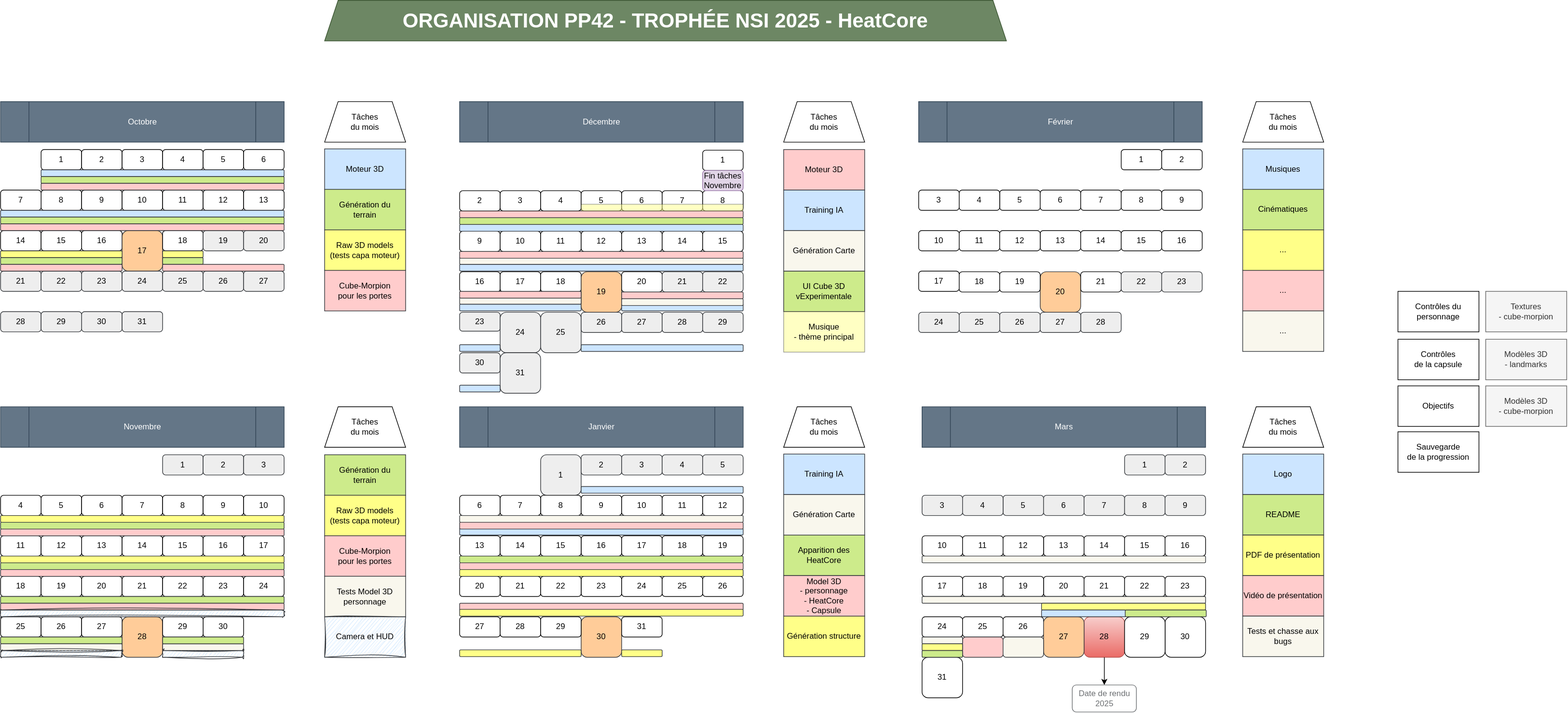
Earlier version of the draw.io export EDT_HeatCore.drawio.svg (Scrollwarden/heatcore-project). Source tidied: cells renumbered, new cells last; positions are measured from the earlier drawing's top-left corner, leaving out a move shared by most shapes.
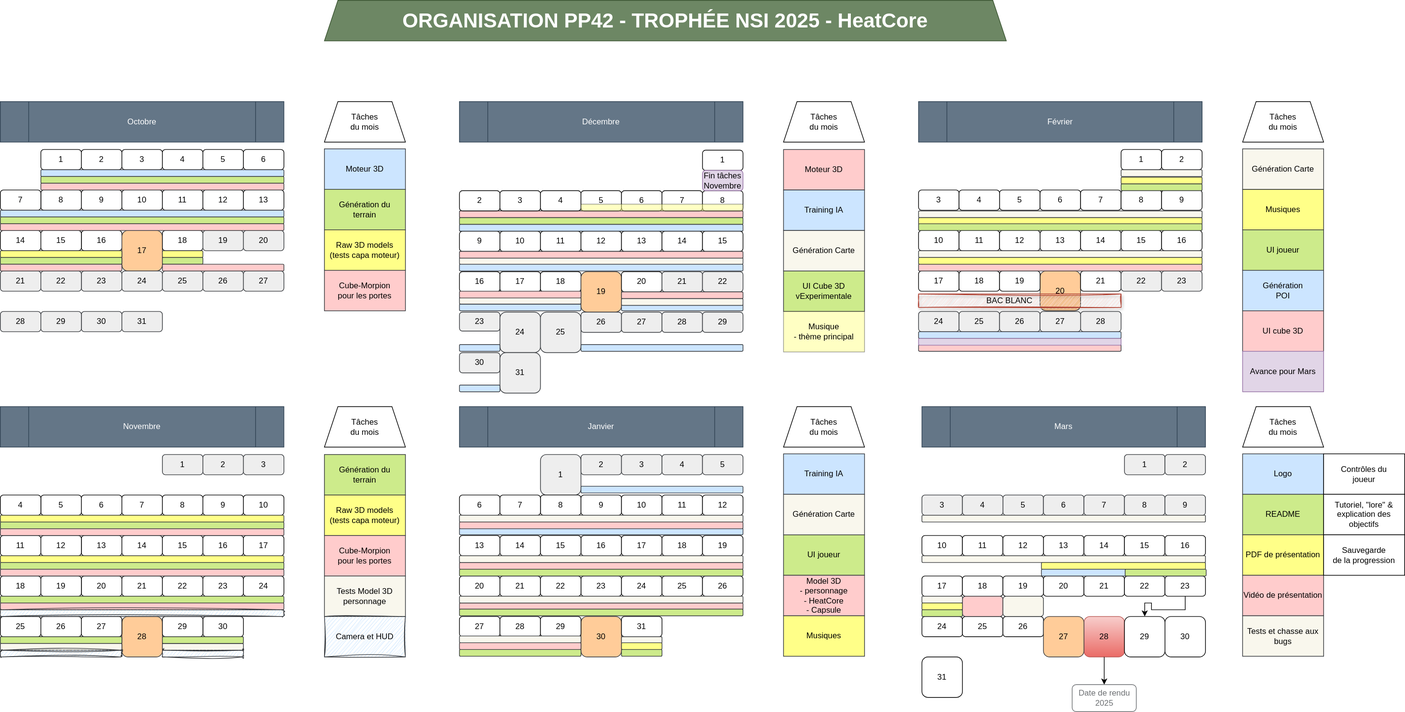
After the commit.

The edit, as a diff of the source:
```diff
@@ -446,33 +446,33 @@
     <mxCell id="149" value="20" style="rounded=1;whiteSpace=wrap;html=1;fillColor=#ffcc99;strokeColor=#36393d;" parent="1" vertex="1">
-      <mxGeometry x="1540" y="402" width="60" height="60" as="geometry" />
+      <mxGeometry x="1540" y="401" width="60" height="59" as="geometry" />
     </mxCell>
     <mxCell id="150" value="21" style="rounded=1;whiteSpace=wrap;html=1;" parent="1" vertex="1">
-      <mxGeometry x="1600" y="402" width="60" height="30" as="geometry" />
+      <mxGeometry x="1600" y="401" width="60" height="30" as="geometry" />
     </mxCell>
     <mxCell id="151" value="22" style="rounded=1;whiteSpace=wrap;html=1;fillColor=#eeeeee;strokeColor=#36393d;" parent="1" vertex="1">
-      <mxGeometry x="1660" y="402" width="60" height="30" as="geometry" />
+      <mxGeometry x="1660" y="401" width="60" height="30" as="geometry" />
     </mxCell>
     <mxCell id="152" value="23" style="rounded=1;whiteSpace=wrap;html=1;fillColor=#eeeeee;strokeColor=#36393d;" parent="1" vertex="1">
-      <mxGeometry x="1720" y="402" width="60" height="30" as="geometry" />
+      <mxGeometry x="1720" y="401" width="60" height="30" as="geometry" />
     </mxCell>
     <mxCell id="153" value="24" style="rounded=1;whiteSpace=wrap;html=1;fillColor=#eeeeee;strokeColor=#36393d;" parent="1" vertex="1">
-      <mxGeometry x="1360" y="462" width="60" height="30" as="geometry" />
+      <mxGeometry x="1360" y="461" width="60" height="30" as="geometry" />
     </mxCell>
     <mxCell id="154" value="18" style="rounded=1;whiteSpace=wrap;html=1;" parent="1" vertex="1">
-      <mxGeometry x="1420" y="402" width="60" height="30" as="geometry" />
+      <mxGeometry x="1420" y="401" width="60" height="30" as="geometry" />
     </mxCell>
     <mxCell id="155" value="19" style="rounded=1;whiteSpace=wrap;html=1;" parent="1" vertex="1">
-      <mxGeometry x="1480" y="402" width="60" height="30" as="geometry" />
+      <mxGeometry x="1480" y="401" width="60" height="30" as="geometry" />
     </mxCell>
     <mxCell id="156" value="25" style="rounded=1;whiteSpace=wrap;html=1;fillColor=#eeeeee;strokeColor=#36393d;" parent="1" vertex="1">
-      <mxGeometry x="1420" y="462" width="60" height="30" as="geometry" />
+      <mxGeometry x="1420" y="461" width="60" height="30" as="geometry" />
     </mxCell>
     <mxCell id="157" value="26" style="rounded=1;whiteSpace=wrap;html=1;fillColor=#eeeeee;strokeColor=#36393d;" parent="1" vertex="1">
-      <mxGeometry x="1480" y="462" width="60" height="30" as="geometry" />
+      <mxGeometry x="1480" y="461" width="60" height="30" as="geometry" />
     </mxCell>
     <mxCell id="158" value="28" style="rounded=1;whiteSpace=wrap;html=1;fillColor=#eeeeee;strokeColor=#36393d;" parent="1" vertex="1">
-      <mxGeometry x="1600" y="462" width="60" height="30" as="geometry" />
+      <mxGeometry x="1600" y="461" width="60" height="30" as="geometry" />
     </mxCell>
     <mxCell id="159" value="27" style="rounded=1;whiteSpace=wrap;html=1;fillColor=#eeeeee;strokeColor=#36393d;" parent="1" vertex="1">
-      <mxGeometry x="1540" y="462" width="60" height="30" as="geometry" />
+      <mxGeometry x="1540" y="461" width="60" height="30" as="geometry" />
     </mxCell>
@@ -580,5 +580,2 @@
     </mxCell>
-    <mxCell id="194" value="&lt;div&gt;&lt;div&gt;Modèles 3D&lt;br&gt;&lt;/div&gt;&lt;/div&gt;- landmarks" style="rounded=0;whiteSpace=wrap;html=1;fillColor=#f5f5f5;fontColor=#333333;strokeColor=#666666;" parent="1" vertex="1">
-      <mxGeometry x="2200" y="502" width="120" height="60" as="geometry" />
-    </mxCell>
     <mxCell id="195" value="Moteur 3D" style="rounded=0;whiteSpace=wrap;html=1;fillColor=#cce5ff;strokeColor=#36393d;fontStyle=0;" parent="1" vertex="1">
@@ -625,8 +622,5 @@
     </mxCell>
-    <mxCell id="209" value="Apparition des HeatCore" style="rounded=0;whiteSpace=wrap;html=1;fillColor=#cdeb8b;strokeColor=#36393d;fontStyle=0;" parent="1" vertex="1">
+    <mxCell id="209" value="UI joueur" style="rounded=0;whiteSpace=wrap;html=1;fillColor=#cdeb8b;strokeColor=#36393d;fontStyle=0;" parent="1" vertex="1">
       <mxGeometry x="1160" y="792" width="120" height="60" as="geometry" />
     </mxCell>
-    <mxCell id="210" value="Génération structure" style="rounded=0;whiteSpace=wrap;html=1;fillColor=#ffff88;strokeColor=#36393d;fontStyle=0;" parent="1" vertex="1">
-      <mxGeometry x="1160" y="912" width="120" height="60" as="geometry" />
-    </mxCell>
     <mxCell id="211" value="&lt;div&gt;Model 3D&lt;/div&gt;&lt;div&gt;- personnage&lt;/div&gt;- HeatCore&lt;br&gt;- Capsule" style="rounded=0;whiteSpace=wrap;html=1;fillColor=#ffcccc;strokeColor=#36393d;fontStyle=0;" parent="1" vertex="1">
@@ -640,16 +634,16 @@
     </mxCell>
-    <mxCell id="214" value="Musiques" style="rounded=0;whiteSpace=wrap;html=1;fillColor=#cce5ff;strokeColor=#36393d;fontStyle=0;" parent="1" vertex="1">
-      <mxGeometry x="1840" y="220" width="120" height="60" as="geometry" />
+    <mxCell id="214" value="Musiques" style="rounded=0;whiteSpace=wrap;html=1;fillColor=#ffff88;strokeColor=#36393d;fontStyle=0;" parent="1" vertex="1">
+      <mxGeometry x="1840" y="280" width="120" height="60" as="geometry" />
     </mxCell>
-    <mxCell id="215" value="Cinématiques" style="rounded=0;whiteSpace=wrap;html=1;fillColor=#cdeb8b;strokeColor=#36393d;fontStyle=0;" parent="1" vertex="1">
-      <mxGeometry x="1840" y="280" width="120" height="60" as="geometry" />
+    <mxCell id="215" value="UI joueur" style="rounded=0;whiteSpace=wrap;html=1;fillColor=#cdeb8b;strokeColor=#36393d;fontStyle=0;" parent="1" vertex="1">
+      <mxGeometry x="1840" y="340" width="120" height="60" as="geometry" />
     </mxCell>
-    <mxCell id="216" value="..." style="rounded=0;whiteSpace=wrap;html=1;fillColor=#ffff88;strokeColor=#36393d;fontStyle=0;" parent="1" vertex="1">
-      <mxGeometry x="1840" y="340" width="120" height="60" as="geometry" />
+    <mxCell id="216" value="&lt;div&gt;Génération&lt;br&gt;&lt;/div&gt;&lt;div&gt;POI&lt;br&gt;&lt;/div&gt;" style="rounded=0;whiteSpace=wrap;html=1;fillColor=#cce5ff;strokeColor=#36393d;fontStyle=0;" parent="1" vertex="1">
+      <mxGeometry x="1840" y="400" width="120" height="60" as="geometry" />
     </mxCell>
-    <mxCell id="217" value="..." style="rounded=0;whiteSpace=wrap;html=1;fillColor=#ffcccc;strokeColor=#36393d;fontStyle=0;" parent="1" vertex="1">
-      <mxGeometry x="1840" y="400" width="120" height="60" as="geometry" />
+    <mxCell id="217" value="UI cube 3D" style="rounded=0;whiteSpace=wrap;html=1;fillColor=#ffcccc;strokeColor=#36393d;fontStyle=0;" parent="1" vertex="1">
+      <mxGeometry x="1840" y="460" width="120" height="60" as="geometry" />
     </mxCell>
-    <mxCell id="218" value="..." style="rounded=0;whiteSpace=wrap;html=1;fontStyle=0;fillColor=#f9f7ed;strokeColor=#36393d;" parent="1" vertex="1">
-      <mxGeometry x="1840" y="460" width="120" height="60" as="geometry" />
+    <mxCell id="218" value="Génération Carte" style="rounded=0;whiteSpace=wrap;html=1;fontStyle=0;fillColor=#f9f7ed;strokeColor=#36393d;" parent="1" vertex="1">
+      <mxGeometry x="1840" y="220" width="120" height="60" as="geometry" />
     </mxCell>
@@ -679,8 +673,5 @@
     </mxCell>
-    <mxCell id="227" value="&lt;div&gt;Contrôles du&lt;/div&gt;&lt;div&gt;personnage&lt;br&gt;&lt;/div&gt;" style="rounded=0;whiteSpace=wrap;html=1;" parent="1" vertex="1">
-      <mxGeometry x="2070" y="431" width="120" height="60" as="geometry" />
+    <mxCell id="227" value="&lt;div&gt;Contrôles du&lt;/div&gt;&lt;div&gt;joueur&lt;br&gt;&lt;/div&gt;" style="rounded=0;whiteSpace=wrap;html=1;" parent="1" vertex="1">
+      <mxGeometry x="1960" y="672" width="120" height="60" as="geometry" />
     </mxCell>
-    <mxCell id="228" value="&lt;div&gt;Contrôles&lt;/div&gt;&lt;div&gt;de la capsule&lt;br&gt;&lt;/div&gt;" style="rounded=0;whiteSpace=wrap;html=1;" parent="1" vertex="1">
-      <mxGeometry x="2070" y="502" width="120" height="60" as="geometry" />
-    </mxCell>
     <mxCell id="229" style="rounded=1;whiteSpace=wrap;html=1;fillColor=#cce5ff;strokeColor=#36393d;" parent="1" vertex="1">
@@ -721,11 +712,5 @@
     </mxCell>
-    <mxCell id="241" value="Objectifs" style="rounded=0;whiteSpace=wrap;html=1;" parent="1" vertex="1">
-      <mxGeometry x="2070" y="571" width="120" height="60" as="geometry" />
+    <mxCell id="241" value="Tutoriel, &quot;lore&quot; &amp;amp; explication des objectifs" style="rounded=0;whiteSpace=wrap;html=1;" parent="1" vertex="1">
+      <mxGeometry x="1960" y="732" width="120" height="60" as="geometry" />
     </mxCell>
-    <mxCell id="242" value="&lt;div&gt;Textures&lt;/div&gt;- cube-morpion" style="rounded=0;whiteSpace=wrap;html=1;fillColor=#f5f5f5;strokeColor=#666666;fontColor=#333333;" parent="1" vertex="1">
-      <mxGeometry x="2200" y="431" width="120" height="60" as="geometry" />
-    </mxCell>
-    <mxCell id="243" value="&lt;div&gt;Modèles 3D&lt;br&gt;&lt;/div&gt;- cube-morpion" style="rounded=0;whiteSpace=wrap;html=1;fillColor=#f5f5f5;fontColor=#333333;strokeColor=#666666;" parent="1" vertex="1">
-      <mxGeometry x="2200" y="571" width="120" height="60" as="geometry" />
-    </mxCell>
     <mxCell id="244" style="rounded=1;whiteSpace=wrap;html=1;fillColor=#ffcccc;strokeColor=#36393d;" parent="1" vertex="1">
@@ -755,3 +740,3 @@
     <mxCell id="252" value="&lt;div&gt;Sauvegarde&lt;/div&gt;&lt;div&gt;de la progression&lt;br&gt;&lt;/div&gt;" style="rounded=0;whiteSpace=wrap;html=1;" parent="1" vertex="1">
-      <mxGeometry x="2070" y="639" width="120" height="60" as="geometry" />
+      <mxGeometry x="1960" y="792" width="120" height="60" as="geometry" />
     </mxCell>
@@ -779,24 +764,24 @@
     <mxCell id="260" style="rounded=1;whiteSpace=wrap;html=1;fillColor=#ffcccc;strokeColor=#36393d;" parent="1" vertex="1">
-      <mxGeometry x="1425" y="943" width="60" height="30" as="geometry" />
+      <mxGeometry x="1425" y="883" width="60" height="30" as="geometry" />
     </mxCell>
     <mxCell id="261" style="rounded=1;whiteSpace=wrap;html=1;fillColor=#f9f7ed;strokeColor=#36393d;" parent="1" vertex="1">
-      <mxGeometry x="1365" y="823" width="420" height="10" as="geometry" />
+      <mxGeometry x="1365" y="763" width="420" height="10" as="geometry" />
     </mxCell>
     <mxCell id="262" style="rounded=1;whiteSpace=wrap;html=1;fillColor=#f9f7ed;strokeColor=#36393d;" parent="1" vertex="1">
-      <mxGeometry x="1365" y="883" width="420" height="10" as="geometry" />
+      <mxGeometry x="1365" y="823" width="420" height="10" as="geometry" />
     </mxCell>
     <mxCell id="263" style="rounded=1;whiteSpace=wrap;html=1;fillColor=#f9f7ed;strokeColor=#36393d;" parent="1" vertex="1">
-      <mxGeometry x="1365" y="943" width="60" height="10" as="geometry" />
+      <mxGeometry x="1365" y="883" width="60" height="10" as="geometry" />
     </mxCell>
     <mxCell id="264" style="rounded=1;whiteSpace=wrap;html=1;fillColor=#ffff88;strokeColor=#36393d;" parent="1" vertex="1">
-      <mxGeometry x="1542" y="893" width="243" height="10" as="geometry" />
+      <mxGeometry x="1542" y="833" width="243" height="10" as="geometry" />
     </mxCell>
     <mxCell id="265" style="rounded=1;whiteSpace=wrap;html=1;fillColor=#ffff88;strokeColor=#36393d;" parent="1" vertex="1">
-      <mxGeometry x="1365" y="953" width="60" height="10" as="geometry" />
+      <mxGeometry x="1365" y="893" width="60" height="10" as="geometry" />
     </mxCell>
     <mxCell id="266" style="rounded=1;whiteSpace=wrap;html=1;fillColor=#cdeb8b;strokeColor=#36393d;" parent="1" vertex="1">
-      <mxGeometry x="1365" y="963" width="60" height="10" as="geometry" />
+      <mxGeometry x="1365" y="903" width="60" height="10" as="geometry" />
     </mxCell>
     <mxCell id="267" style="rounded=1;whiteSpace=wrap;html=1;fillColor=#cce5ff;strokeColor=#36393d;" parent="1" vertex="1">
-      <mxGeometry x="1542" y="903" width="125" height="10" as="geometry" />
+      <mxGeometry x="1542" y="843" width="125" height="10" as="geometry" />
     </mxCell>
@@ -827,3 +812,3 @@
     <mxCell id="276" style="rounded=1;whiteSpace=wrap;html=1;fillColor=#f9f7ed;strokeColor=#36393d;" parent="1" vertex="1">
-      <mxGeometry x="1485" y="943" width="60" height="30" as="geometry" />
+      <mxGeometry x="1485" y="883" width="60" height="30" as="geometry" />
     </mxCell>
@@ -874,5 +859,2 @@
     </mxCell>
-    <mxCell id="292" style="rounded=1;whiteSpace=wrap;html=1;fillColor=#cdeb8b;strokeColor=#36393d;" parent="1" vertex="1">
-      <mxGeometry x="680" y="823" width="420" height="10" as="geometry" />
-    </mxCell>
     <mxCell id="293" style="rounded=1;whiteSpace=wrap;html=1;fillColor=#ffcccc;strokeColor=#36393d;" parent="1" vertex="1">
@@ -886,12 +868,12 @@
     </mxCell>
-    <mxCell id="296" style="rounded=1;whiteSpace=wrap;html=1;fillColor=#ffff88;strokeColor=#36393d;" parent="1" vertex="1">
+    <mxCell id="296" style="rounded=1;whiteSpace=wrap;html=1;fillColor=#cdeb8b;strokeColor=#36393d;" parent="1" vertex="1">
       <mxGeometry x="680" y="843" width="420" height="10" as="geometry" />
     </mxCell>
-    <mxCell id="297" style="rounded=1;whiteSpace=wrap;html=1;fillColor=#ffff88;strokeColor=#36393d;" parent="1" vertex="1">
+    <mxCell id="297" style="rounded=1;whiteSpace=wrap;html=1;fillColor=#cdeb8b;strokeColor=#36393d;" parent="1" vertex="1">
       <mxGeometry x="680" y="902" width="420" height="10" as="geometry" />
     </mxCell>
-    <mxCell id="298" style="rounded=1;whiteSpace=wrap;html=1;fillColor=#ffff88;strokeColor=#36393d;" parent="1" vertex="1">
+    <mxCell id="298" style="rounded=1;whiteSpace=wrap;html=1;fillColor=#cdeb8b;strokeColor=#36393d;" parent="1" vertex="1">
       <mxGeometry x="680" y="962" width="180" height="10" as="geometry" />
     </mxCell>
-    <mxCell id="299" style="rounded=1;whiteSpace=wrap;html=1;fillColor=#ffff88;strokeColor=#36393d;" parent="1" vertex="1">
+    <mxCell id="299" style="rounded=1;whiteSpace=wrap;html=1;fillColor=#cdeb8b;strokeColor=#36393d;" parent="1" vertex="1">
       <mxGeometry x="920" y="962" width="60" height="10" as="geometry" />
@@ -899,4 +881,67 @@
     <mxCell id="300" style="rounded=1;whiteSpace=wrap;html=1;fillColor=#cdeb8b;strokeColor=#36393d;" parent="1" vertex="1">
-      <mxGeometry x="1666" y="903" width="120" height="10" as="geometry" />
+      <mxGeometry x="1666" y="843" width="120" height="10" as="geometry" />
     </mxCell>
+    <mxCell id="301" style="rounded=1;whiteSpace=wrap;html=1;fillColor=#ffcccc;strokeColor=#36393d;" parent="1" vertex="1">
+      <mxGeometry x="680" y="952" width="180" height="10" as="geometry" />
+    </mxCell>
+    <mxCell id="302" style="rounded=1;whiteSpace=wrap;html=1;fillColor=#f9f7ed;strokeColor=#36393d;" parent="1" vertex="1">
+      <mxGeometry x="680" y="823" width="420" height="10" as="geometry" />
+    </mxCell>
+    <mxCell id="303" style="rounded=1;whiteSpace=wrap;html=1;fillColor=#f9f7ed;strokeColor=#36393d;" parent="1" vertex="1">
+      <mxGeometry x="680" y="883" width="420" height="10" as="geometry" />
+    </mxCell>
+    <mxCell id="304" style="rounded=1;whiteSpace=wrap;html=1;fillColor=#f9f7ed;strokeColor=#36393d;" parent="1" vertex="1">
+      <mxGeometry x="1360" y="312" width="420" height="10" as="geometry" />
+    </mxCell>
+    <mxCell id="305" style="rounded=1;whiteSpace=wrap;html=1;fillColor=#f9f7ed;strokeColor=#36393d;" parent="1" vertex="1">
+      <mxGeometry x="1660" y="251" width="120" height="10" as="geometry" />
+    </mxCell>
+    <mxCell id="306" style="rounded=1;whiteSpace=wrap;html=1;fillColor=#f9f7ed;strokeColor=#36393d;" parent="1" vertex="1">
+      <mxGeometry x="680" y="942" width="180" height="10" as="geometry" />
+    </mxCell>
+    <mxCell id="307" style="rounded=1;whiteSpace=wrap;html=1;fillColor=#f9f7ed;strokeColor=#36393d;" parent="1" vertex="1">
+      <mxGeometry x="920" y="943" width="60" height="10" as="geometry" />
+    </mxCell>
+    <mxCell id="308" style="rounded=1;whiteSpace=wrap;html=1;fillColor=#ffff88;strokeColor=#36393d;" parent="1" vertex="1">
+      <mxGeometry x="920" y="952" width="60" height="10" as="geometry" />
+    </mxCell>
+    <mxCell id="309" value="Musiques" style="rounded=0;whiteSpace=wrap;html=1;fillColor=#ffff88;strokeColor=#36393d;fontStyle=0;" parent="1" vertex="1">
+      <mxGeometry x="1160" y="912" width="120" height="60" as="geometry" />
+    </mxCell>
+    <mxCell id="310" style="rounded=1;whiteSpace=wrap;html=1;fillColor=#ffff88;strokeColor=#36393d;" parent="1" vertex="1">
+      <mxGeometry x="1360" y="322" width="420" height="10" as="geometry" />
+    </mxCell>
+    <mxCell id="311" style="rounded=1;whiteSpace=wrap;html=1;fillColor=#ffff88;strokeColor=#36393d;" parent="1" vertex="1">
+      <mxGeometry x="1660" y="262" width="120" height="10" as="geometry" />
+    </mxCell>
+    <mxCell id="312" style="rounded=1;whiteSpace=wrap;html=1;fillColor=#cdeb8b;strokeColor=#36393d;" parent="1" vertex="1">
+      <mxGeometry x="1660" y="272" width="120" height="10" as="geometry" />
+    </mxCell>
+    <mxCell id="313" style="rounded=1;whiteSpace=wrap;html=1;fillColor=#cdeb8b;strokeColor=#36393d;" parent="1" vertex="1">
+      <mxGeometry x="1360" y="331" width="420" height="10" as="geometry" />
+    </mxCell>
+    <mxCell id="314" style="rounded=1;whiteSpace=wrap;html=1;fillColor=#ffcccc;strokeColor=#36393d;" parent="1" vertex="1">
+      <mxGeometry x="1360" y="391" width="420" height="10" as="geometry" />
+    </mxCell>
+    <mxCell id="315" style="rounded=1;whiteSpace=wrap;html=1;fillColor=#f9f7ed;strokeColor=#36393d;" parent="1" vertex="1">
+      <mxGeometry x="1360" y="371" width="420" height="10" as="geometry" />
+    </mxCell>
+    <mxCell id="316" style="rounded=1;whiteSpace=wrap;html=1;fillColor=#cce5ff;strokeColor=#36393d;" parent="1" vertex="1">
+      <mxGeometry x="1360" y="491" width="300" height="10" as="geometry" />
+    </mxCell>
+    <mxCell id="317" style="rounded=1;whiteSpace=wrap;html=1;fillColor=#ffff88;strokeColor=#36393d;" parent="1" vertex="1">
+      <mxGeometry x="1360" y="381" width="420" height="10" as="geometry" />
+    </mxCell>
+    <mxCell id="318" style="rounded=1;whiteSpace=wrap;html=1;fillColor=#ffcccc;strokeColor=#36393d;" parent="1" vertex="1">
+      <mxGeometry x="1360" y="510" width="300" height="10" as="geometry" />
+    </mxCell>
+    <mxCell id="319" value="Avance pour Mars" style="rounded=0;whiteSpace=wrap;html=1;fillColor=#e1d5e7;strokeColor=#9673a6;fontStyle=0;" parent="1" vertex="1">
+      <mxGeometry x="1840" y="520" width="120" height="60" as="geometry" />
+    </mxCell>
+    <mxCell id="320" value="BAC BLANC&amp;nbsp;&amp;nbsp;&amp;nbsp;&amp;nbsp;&amp;nbsp;&amp;nbsp;&amp;nbsp;&amp;nbsp;&amp;nbsp; " style="rounded=0;whiteSpace=wrap;html=1;fillColor=#fad9d5;strokeColor=#ae4132;shadow=1;sketch=1;curveFitting=1;jiggle=2;" parent="1" vertex="1">
+      <mxGeometry x="1360" y="435" width="300" height="20" as="geometry" />
+    </mxCell>
+    <mxCell id="321" style="rounded=1;whiteSpace=wrap;html=1;fillColor=#e1d5e7;strokeColor=#9673a6;" parent="1" vertex="1">
+      <mxGeometry x="1360" y="501" width="300" height="10" as="geometry" />
+    </mxCell>
   </root>
```
